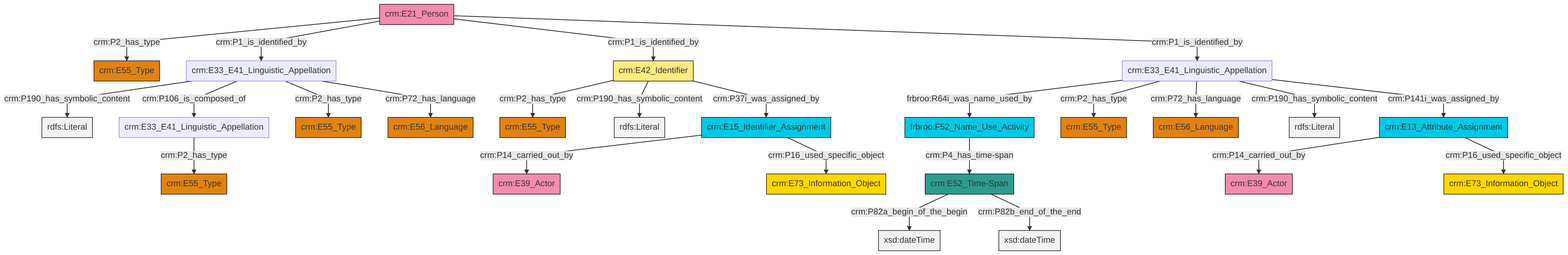
swiss-art-research-net/docs.swissartresearch keeps this Mermaid diagram as et/personCSV/ttl/mmd/png/Person_Names_and_Classification.png. Above is the earlier version. Its source is kept beside it as et/personCSV/ttl/mmd/Person_Names_and_Classification.ttl.mmd.
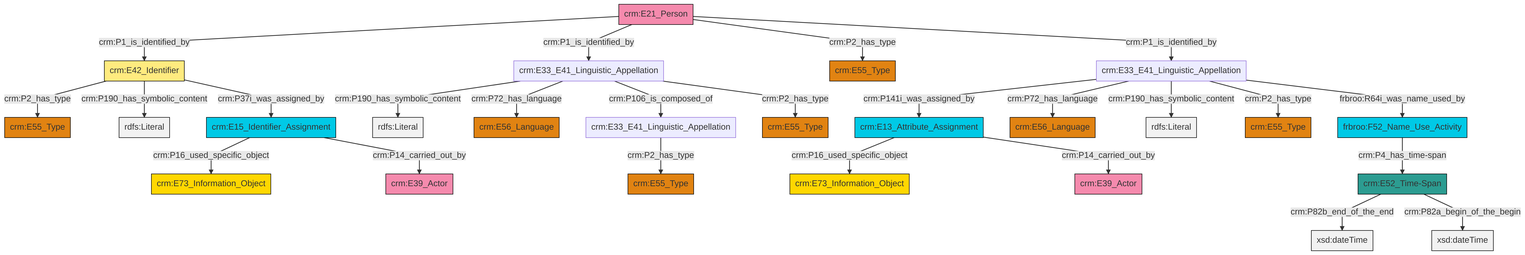
After the change.

What changed in the source:
```diff
@@ -13,27 +13,27 @@
 classDef PC_Classes fill:#4ce600, stroke:#000000;
 classDef Multi fill:#cccccc,stroke:#000000;
 
-0["crm:E52_Time-Span"]:::Time-Span -->|crm:P82a_begin_of_the_begin| 1[xsd:dateTime]:::Literal
-6["crm:E13_Attribute_Assignment"]:::Temporal_Entity -->|crm:P14_carried_out_by| 7["crm:E39_Actor"]:::Actor
-8["crm:E33_E41_Linguistic_Appellation"]:::Default -->|frbroo:R64i_was_name_used_by| 9["frbroo:F52_Name_Use_Activity"]:::Temporal_Entity
-0["crm:E52_Time-Span"]:::Time-Span -->|crm:P82b_end_of_the_end| 10[xsd:dateTime]:::Literal
-8["crm:E33_E41_Linguistic_Appellation"]:::Default -->|crm:P2_has_type| 18["crm:E55_Type"]:::Type
-8["crm:E33_E41_Linguistic_Appellation"]:::Default -->|crm:P72_has_language| 19["crm:E56_Language"]:::Type
-14["crm:E33_E41_Linguistic_Appellation"]:::Default -->|crm:P2_has_type| 22["crm:E55_Type"]:::Type
-8["crm:E33_E41_Linguistic_Appellation"]:::Default -->|crm:P190_has_symbolic_content| 23[rdfs:Literal]:::Literal
-24["crm:E21_Person"]:::Actor -->|crm:P2_has_type| 16["crm:E55_Type"]:::Type
-24["crm:E21_Person"]:::Actor -->|crm:P1_is_identified_by| 26["crm:E33_E41_Linguistic_Appellation"]:::Default
-30["crm:E42_Identifier"]:::Appellation -->|crm:P2_has_type| 31["crm:E55_Type"]:::Type
-8["crm:E33_E41_Linguistic_Appellation"]:::Default -->|crm:P141i_was_assigned_by| 6["crm:E13_Attribute_Assignment"]:::Temporal_Entity
-30["crm:E42_Identifier"]:::Appellation -->|crm:P190_has_symbolic_content| 33[rdfs:Literal]:::Literal
-26["crm:E33_E41_Linguistic_Appellation"]:::Default -->|crm:P190_has_symbolic_content| 34[rdfs:Literal]:::Literal
-27["crm:E15_Identifier_Assignment"]:::Temporal_Entity -->|crm:P14_carried_out_by| 4["crm:E39_Actor"]:::Actor
-24["crm:E21_Person"]:::Actor -->|crm:P1_is_identified_by| 30["crm:E42_Identifier"]:::Appellation
-30["crm:E42_Identifier"]:::Appellation -->|crm:P37i_was_assigned_by| 27["crm:E15_Identifier_Assignment"]:::Temporal_Entity
-6["crm:E13_Attribute_Assignment"]:::Temporal_Entity -->|crm:P16_used_specific_object| 2["crm:E73_Information_Object"]:::Conceptual_Object
-27["crm:E15_Identifier_Assignment"]:::Temporal_Entity -->|crm:P16_used_specific_object| 42["crm:E73_Information_Object"]:::Conceptual_Object
-9["frbroo:F52_Name_Use_Activity"]:::Temporal_Entity -->|crm:P4_has_time-span| 0["crm:E52_Time-Span"]:::Time-Span
-26["crm:E33_E41_Linguistic_Appellation"]:::Default -->|crm:P106_is_composed_of| 14["crm:E33_E41_Linguistic_Appellation"]:::Default
-26["crm:E33_E41_Linguistic_Appellation"]:::Default -->|crm:P2_has_type| 11["crm:E55_Type"]:::Type
-26["crm:E33_E41_Linguistic_Appellation"]:::Default -->|crm:P72_has_language| 36["crm:E56_Language"]:::Type
-24["crm:E21_Person"]:::Actor -->|crm:P1_is_identified_by| 8["crm:E33_E41_Linguistic_Appellation"]:::Default
+0["crm:E21_Person"]:::Actor -->|crm:P1_is_identified_by| 1["crm:E42_Identifier"]:::Appellation
+8["crm:E15_Identifier_Assignment"]:::Temporal_Entity -->|crm:P16_used_specific_object| 9["crm:E73_Information_Object"]:::Conceptual_Object
+2["crm:E33_E41_Linguistic_Appellation"]:::Default -->|crm:P190_has_symbolic_content| 11[rdfs:Literal]:::Literal
+14["crm:E33_E41_Linguistic_Appellation"]:::Default -->|crm:P141i_was_assigned_by| 12["crm:E13_Attribute_Assignment"]:::Temporal_Entity
+12["crm:E13_Attribute_Assignment"]:::Temporal_Entity -->|crm:P16_used_specific_object| 19["crm:E73_Information_Object"]:::Conceptual_Object
+0["crm:E21_Person"]:::Actor -->|crm:P1_is_identified_by| 2["crm:E33_E41_Linguistic_Appellation"]:::Default
+14["crm:E33_E41_Linguistic_Appellation"]:::Default -->|crm:P72_has_language| 23["crm:E56_Language"]:::Type
+0["crm:E21_Person"]:::Actor -->|crm:P2_has_type| 24["crm:E55_Type"]:::Type
+12["crm:E13_Attribute_Assignment"]:::Temporal_Entity -->|crm:P14_carried_out_by| 17["crm:E39_Actor"]:::Actor
+0["crm:E21_Person"]:::Actor -->|crm:P1_is_identified_by| 14["crm:E33_E41_Linguistic_Appellation"]:::Default
+1["crm:E42_Identifier"]:::Appellation -->|crm:P2_has_type| 6["crm:E55_Type"]:::Type
+26["frbroo:F52_Name_Use_Activity"]:::Temporal_Entity -->|crm:P4_has_time-span| 27["crm:E52_Time-Span"]:::Time-Span
+14["crm:E33_E41_Linguistic_Appellation"]:::Default -->|crm:P190_has_symbolic_content| 28[rdfs:Literal]:::Literal
+8["crm:E15_Identifier_Assignment"]:::Temporal_Entity -->|crm:P14_carried_out_by| 21["crm:E39_Actor"]:::Actor
+14["crm:E33_E41_Linguistic_Appellation"]:::Default -->|crm:P2_has_type| 30["crm:E55_Type"]:::Type
+1["crm:E42_Identifier"]:::Appellation -->|crm:P190_has_symbolic_content| 36[rdfs:Literal]:::Literal
+27["crm:E52_Time-Span"]:::Time-Span -->|crm:P82b_end_of_the_end| 37[xsd:dateTime]:::Literal
+2["crm:E33_E41_Linguistic_Appellation"]:::Default -->|crm:P72_has_language| 4["crm:E56_Language"]:::Type
+2["crm:E33_E41_Linguistic_Appellation"]:::Default -->|crm:P106_is_composed_of| 15["crm:E33_E41_Linguistic_Appellation"]:::Default
+1["crm:E42_Identifier"]:::Appellation -->|crm:P37i_was_assigned_by| 8["crm:E15_Identifier_Assignment"]:::Temporal_Entity
+15["crm:E33_E41_Linguistic_Appellation"]:::Default -->|crm:P2_has_type| 32["crm:E55_Type"]:::Type
+27["crm:E52_Time-Span"]:::Time-Span -->|crm:P82a_begin_of_the_begin| 44[xsd:dateTime]:::Literal
+2["crm:E33_E41_Linguistic_Appellation"]:::Default -->|crm:P2_has_type| 41["crm:E55_Type"]:::Type
+14["crm:E33_E41_Linguistic_Appellation"]:::Default -->|frbroo:R64i_was_name_used_by| 26["frbroo:F52_Name_Use_Activity"]:::Temporal_Entity
```
